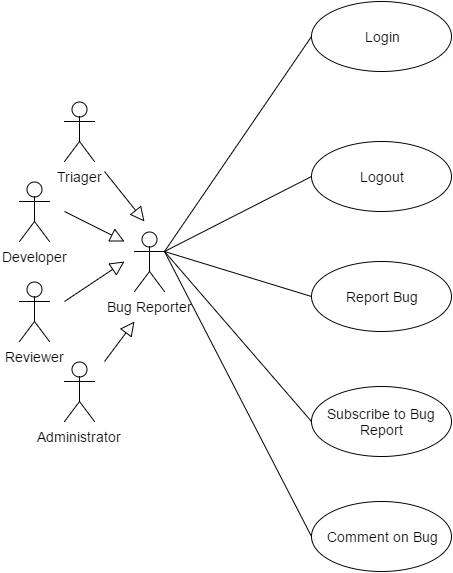
Earlier version of the draw.io export 02_Diagram/01_a_Use case/Version 4 (Revised)/Bug Reporter (Revised).png (JingwangTeh/CSCI222-Systems-Development-Group-Project). Source tidied: cells renumbered, new cells last; positions are measured from the earlier drawing's top-left corner, leaving out a move shared by most shapes. Its diagram source:
```xml
<mxGraphModel background="#ffffff">
  <root>
    <mxCell id="0" />
    <mxCell id="1" parent="0" />
    <mxCell id="2" value="Bug Reporter" style="shape=umlActor;verticalLabelPosition=bottom;labelBackgroundColor=#ffffff;verticalAlign=top;html=1;strokeColor=#000000;fontSize=14;" parent="1" vertex="1">
      <mxGeometry x="115" y="230" width="30" height="60" as="geometry" />
    </mxCell>
    <mxCell id="3" value="Triager" style="shape=umlActor;verticalLabelPosition=bottom;labelBackgroundColor=#ffffff;verticalAlign=top;html=1;strokeColor=#000000;fontSize=14;" parent="1" vertex="1">
      <mxGeometry x="45" y="100" width="30" height="60" as="geometry" />
    </mxCell>
    <mxCell id="4" style="edgeStyle=none;rounded=0;html=1;startSize=6;endArrow=block;endFill=0;endSize=12;jettySize=auto;orthogonalLoop=1;strokeColor=#000000;strokeWidth=1;fontSize=14;" parent="1" edge="1">
      <mxGeometry x="302" y="-560" as="geometry">
        <mxPoint x="45" y="300" as="sourcePoint" />
        <mxPoint x="105" y="260" as="targetPoint" />
      </mxGeometry>
    </mxCell>
    <mxCell id="5" value="Developer" style="shape=umlActor;verticalLabelPosition=bottom;labelBackgroundColor=#ffffff;verticalAlign=top;html=1;strokeColor=#000000;fontSize=14;" parent="1" vertex="1">
      <mxGeometry y="180" width="30" height="60" as="geometry" />
    </mxCell>
    <mxCell id="6" style="edgeStyle=none;rounded=0;html=1;startSize=6;endArrow=block;endFill=0;endSize=12;jettySize=auto;orthogonalLoop=1;strokeColor=#000000;strokeWidth=1;fontSize=14;" parent="1" edge="1">
      <mxGeometry x="253" y="-670" as="geometry">
        <mxPoint x="45" y="210" as="sourcePoint" />
        <mxPoint x="105" y="240" as="targetPoint" />
      </mxGeometry>
    </mxCell>
    <mxCell id="7" value="Reviewer" style="shape=umlActor;verticalLabelPosition=bottom;labelBackgroundColor=#ffffff;verticalAlign=top;html=1;strokeColor=#000000;fontSize=14;" parent="1" vertex="1">
      <mxGeometry y="280" width="30" height="60" as="geometry" />
    </mxCell>
    <mxCell id="8" style="edgeStyle=none;rounded=0;html=1;startSize=6;endArrow=block;endFill=0;endSize=12;jettySize=auto;orthogonalLoop=1;strokeColor=#000000;strokeWidth=1;fontSize=14;" parent="1" edge="1">
      <mxGeometry x="308" y="-730" as="geometry">
        <mxPoint x="85" y="170" as="sourcePoint" />
        <mxPoint x="125" y="220" as="targetPoint" />
      </mxGeometry>
    </mxCell>
    <mxCell id="9" value="Administrator" style="shape=umlActor;verticalLabelPosition=bottom;labelBackgroundColor=#ffffff;verticalAlign=top;html=1;strokeColor=#000000;fontSize=14;" parent="1" vertex="1">
      <mxGeometry x="45" y="360" width="30" height="60" as="geometry" />
    </mxCell>
    <mxCell id="10" style="edgeStyle=none;rounded=0;html=1;startSize=6;endArrow=block;endFill=0;endSize=12;jettySize=auto;orthogonalLoop=1;strokeColor=#000000;strokeWidth=1;fontSize=14;" parent="1" edge="1">
      <mxGeometry x="252" y="-530" as="geometry">
        <mxPoint x="85" y="360" as="sourcePoint" />
        <mxPoint x="115" y="320" as="targetPoint" />
      </mxGeometry>
    </mxCell>
    <mxCell id="11" value="Logout" style="ellipse;whiteSpace=wrap;html=1;strokeColor=#000000;fontSize=14;" parent="1" vertex="1">
      <mxGeometry x="292" y="140" width="140" height="70" as="geometry" />
    </mxCell>
    <mxCell id="12" style="endArrow=none;html=1;strokeColor=#000000;strokeWidth=1;fontSize=14;exitX=1;exitY=0.3333333333333333;exitPerimeter=0;entryX=0;entryY=0.5;" parent="1" edge="1" source="2" target="11">
      <mxGeometry x="385" y="-675" as="geometry" />
    </mxCell>
    <mxCell id="13" style="html=1;align=left;verticalAlign=bottom;labelBackgroundColor=#ffffff;fontSize=10;" parent="12" vertex="1">
      <mxGeometry x="-1" relative="1" as="geometry" />
    </mxCell>
    <mxCell id="14" style="html=1;align=right;verticalAlign=bottom;labelBackgroundColor=#ffffff;fontSize=10;" parent="12" vertex="1">
      <mxGeometry x="1" relative="1" as="geometry" />
    </mxCell>
    <mxCell id="15" value="Login" style="ellipse;whiteSpace=wrap;html=1;strokeColor=#000000;fontSize=14;" parent="1" vertex="1">
      <mxGeometry x="292" width="140" height="70" as="geometry" />
    </mxCell>
    <mxCell id="16" style="endArrow=none;html=1;strokeColor=#000000;strokeWidth=1;fontSize=14;exitX=1;exitY=0.3333333333333333;exitPerimeter=0;entryX=0;entryY=0.5;" parent="1" edge="1" source="2" target="15">
      <mxGeometry x="399" y="-585" as="geometry" />
    </mxCell>
    <mxCell id="17" style="html=1;align=left;verticalAlign=bottom;labelBackgroundColor=#ffffff;fontSize=10;" parent="16" vertex="1">
      <mxGeometry x="-1" relative="1" as="geometry" />
    </mxCell>
    <mxCell id="18" style="html=1;align=right;verticalAlign=bottom;labelBackgroundColor=#ffffff;fontSize=10;" parent="16" vertex="1">
      <mxGeometry x="1" relative="1" as="geometry" />
    </mxCell>
    <mxCell id="19" value="Comment on Bug" style="ellipse;whiteSpace=wrap;html=1;strokeColor=#000000;fontSize=14;" parent="1" vertex="1">
      <mxGeometry x="292" y="500" width="140" height="70" as="geometry" />
    </mxCell>
    <mxCell id="20" style="endArrow=none;html=1;strokeColor=#000000;strokeWidth=1;fontSize=14;exitX=1;exitY=0.3333333333333333;exitPerimeter=0;entryX=0;entryY=0.5;" parent="1" edge="1" source="2" target="19">
      <mxGeometry x="412" y="-470" as="geometry" />
    </mxCell>
    <mxCell id="21" style="html=1;align=left;verticalAlign=bottom;labelBackgroundColor=#ffffff;fontSize=10;" parent="20" vertex="1">
      <mxGeometry x="-1" relative="1" as="geometry" />
    </mxCell>
    <mxCell id="22" style="html=1;align=right;verticalAlign=bottom;labelBackgroundColor=#ffffff;fontSize=10;" parent="20" vertex="1">
      <mxGeometry x="1" relative="1" as="geometry" />
    </mxCell>
    <mxCell id="23" value="Report Bug" style="ellipse;whiteSpace=wrap;html=1;strokeColor=#000000;fontSize=14;" parent="1" vertex="1">
      <mxGeometry x="292" y="260" width="140" height="70" as="geometry" />
    </mxCell>
    <mxCell id="24" style="endArrow=none;html=1;strokeColor=#000000;strokeWidth=1;fontSize=14;exitX=1;exitY=0.3333333333333333;exitPerimeter=0;entryX=0;entryY=0.5;" parent="1" edge="1" source="2" target="23">
      <mxGeometry x="416" y="-375" as="geometry" />
    </mxCell>
    <mxCell id="25" style="html=1;align=left;verticalAlign=bottom;labelBackgroundColor=#ffffff;fontSize=10;" parent="24" vertex="1">
      <mxGeometry x="-1" relative="1" as="geometry" />
    </mxCell>
    <mxCell id="26" style="html=1;align=right;verticalAlign=bottom;labelBackgroundColor=#ffffff;fontSize=10;" parent="24" vertex="1">
      <mxGeometry x="1" relative="1" as="geometry" />
    </mxCell>
    <mxCell id="27" value="Subscribe to Bug Report" style="ellipse;whiteSpace=wrap;html=1;strokeColor=#000000;fontSize=14;" parent="1" vertex="1">
      <mxGeometry x="292" y="385" width="140" height="70" as="geometry" />
    </mxCell>
    <mxCell id="28" style="endArrow=none;html=1;strokeColor=#000000;strokeWidth=1;fontSize=14;exitX=1;exitY=0.3333333333333333;exitPerimeter=0;entryX=0;entryY=0.5;" parent="1" edge="1" source="2" target="27">
      <mxGeometry x="420" y="-295" as="geometry" />
    </mxCell>
    <mxCell id="29" style="html=1;align=left;verticalAlign=bottom;labelBackgroundColor=#ffffff;fontSize=10;" parent="28" vertex="1">
      <mxGeometry x="-1" relative="1" as="geometry" />
    </mxCell>
    <mxCell id="30" style="html=1;align=right;verticalAlign=bottom;labelBackgroundColor=#ffffff;fontSize=10;" parent="28" vertex="1">
      <mxGeometry x="1" relative="1" as="geometry" />
    </mxCell>
  </root>
</mxGraphModel>
```
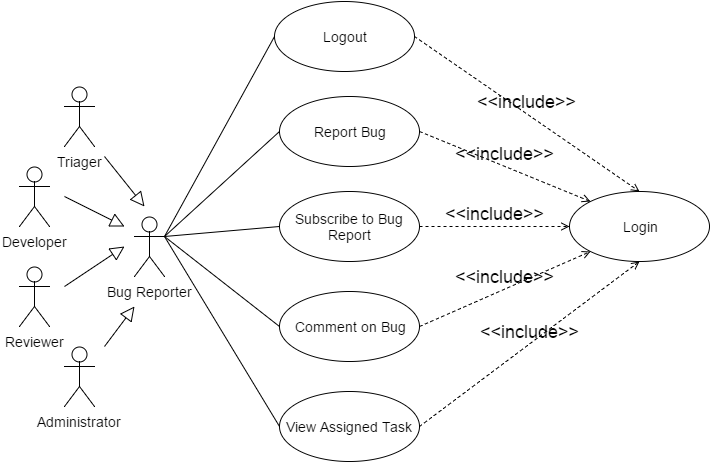
The same file after the commit.

Change to the diagram source:
```diff
@@ -3,49 +3,49 @@
     <mxCell id="0" />
     <mxCell id="1" parent="0" />
     <mxCell id="2" value="Bug Reporter" style="shape=umlActor;verticalLabelPosition=bottom;labelBackgroundColor=#ffffff;verticalAlign=top;html=1;strokeColor=#000000;fontSize=14;" parent="1" vertex="1">
-      <mxGeometry x="115" y="230" width="30" height="60" as="geometry" />
+      <mxGeometry x="52" y="235" width="30" height="60" as="geometry" />
     </mxCell>
     <mxCell id="3" value="Triager" style="shape=umlActor;verticalLabelPosition=bottom;labelBackgroundColor=#ffffff;verticalAlign=top;html=1;strokeColor=#000000;fontSize=14;" parent="1" vertex="1">
-      <mxGeometry x="45" y="100" width="30" height="60" as="geometry" />
+      <mxGeometry x="-18" y="105" width="30" height="60" as="geometry" />
     </mxCell>
     <mxCell id="4" style="edgeStyle=none;rounded=0;html=1;startSize=6;endArrow=block;endFill=0;endSize=12;jettySize=auto;orthogonalLoop=1;strokeColor=#000000;strokeWidth=1;fontSize=14;" parent="1" edge="1">
-      <mxGeometry x="302" y="-560" as="geometry">
-        <mxPoint x="45" y="300" as="sourcePoint" />
-        <mxPoint x="105" y="260" as="targetPoint" />
+      <mxGeometry x="239" y="-555" as="geometry">
+        <mxPoint x="-18" y="305" as="sourcePoint" />
+        <mxPoint x="42" y="265" as="targetPoint" />
       </mxGeometry>
     </mxCell>
     <mxCell id="5" value="Developer" style="shape=umlActor;verticalLabelPosition=bottom;labelBackgroundColor=#ffffff;verticalAlign=top;html=1;strokeColor=#000000;fontSize=14;" parent="1" vertex="1">
-      <mxGeometry y="180" width="30" height="60" as="geometry" />
+      <mxGeometry x="-63" y="185" width="30" height="60" as="geometry" />
     </mxCell>
     <mxCell id="6" style="edgeStyle=none;rounded=0;html=1;startSize=6;endArrow=block;endFill=0;endSize=12;jettySize=auto;orthogonalLoop=1;strokeColor=#000000;strokeWidth=1;fontSize=14;" parent="1" edge="1">
-      <mxGeometry x="253" y="-670" as="geometry">
-        <mxPoint x="45" y="210" as="sourcePoint" />
-        <mxPoint x="105" y="240" as="targetPoint" />
+      <mxGeometry x="190" y="-665" as="geometry">
+        <mxPoint x="-18" y="215" as="sourcePoint" />
+        <mxPoint x="42" y="245" as="targetPoint" />
       </mxGeometry>
     </mxCell>
     <mxCell id="7" value="Reviewer" style="shape=umlActor;verticalLabelPosition=bottom;labelBackgroundColor=#ffffff;verticalAlign=top;html=1;strokeColor=#000000;fontSize=14;" parent="1" vertex="1">
-      <mxGeometry y="280" width="30" height="60" as="geometry" />
+      <mxGeometry x="-63" y="285" width="30" height="60" as="geometry" />
     </mxCell>
     <mxCell id="8" style="edgeStyle=none;rounded=0;html=1;startSize=6;endArrow=block;endFill=0;endSize=12;jettySize=auto;orthogonalLoop=1;strokeColor=#000000;strokeWidth=1;fontSize=14;" parent="1" edge="1">
-      <mxGeometry x="308" y="-730" as="geometry">
-        <mxPoint x="85" y="170" as="sourcePoint" />
-        <mxPoint x="125" y="220" as="targetPoint" />
+      <mxGeometry x="245" y="-725" as="geometry">
+        <mxPoint x="22" y="175" as="sourcePoint" />
+        <mxPoint x="62" y="225" as="targetPoint" />
       </mxGeometry>
     </mxCell>
     <mxCell id="9" value="Administrator" style="shape=umlActor;verticalLabelPosition=bottom;labelBackgroundColor=#ffffff;verticalAlign=top;html=1;strokeColor=#000000;fontSize=14;" parent="1" vertex="1">
-      <mxGeometry x="45" y="360" width="30" height="60" as="geometry" />
+      <mxGeometry x="-18" y="365" width="30" height="60" as="geometry" />
     </mxCell>
     <mxCell id="10" style="edgeStyle=none;rounded=0;html=1;startSize=6;endArrow=block;endFill=0;endSize=12;jettySize=auto;orthogonalLoop=1;strokeColor=#000000;strokeWidth=1;fontSize=14;" parent="1" edge="1">
-      <mxGeometry x="252" y="-530" as="geometry">
-        <mxPoint x="85" y="360" as="sourcePoint" />
-        <mxPoint x="115" y="320" as="targetPoint" />
+      <mxGeometry x="189" y="-525" as="geometry">
+        <mxPoint x="22" y="365" as="sourcePoint" />
+        <mxPoint x="52" y="325" as="targetPoint" />
       </mxGeometry>
     </mxCell>
     <mxCell id="11" value="Logout" style="ellipse;whiteSpace=wrap;html=1;strokeColor=#000000;fontSize=14;" parent="1" vertex="1">
-      <mxGeometry x="292" y="140" width="140" height="70" as="geometry" />
+      <mxGeometry x="192" y="20" width="140" height="70" as="geometry" />
     </mxCell>
     <mxCell id="12" style="endArrow=none;html=1;strokeColor=#000000;strokeWidth=1;fontSize=14;exitX=1;exitY=0.3333333333333333;exitPerimeter=0;entryX=0;entryY=0.5;" parent="1" edge="1" source="2" target="11">
-      <mxGeometry x="385" y="-675" as="geometry" />
+      <mxGeometry x="322" y="-670" as="geometry" />
     </mxCell>
     <mxCell id="13" style="html=1;align=left;verticalAlign=bottom;labelBackgroundColor=#ffffff;fontSize=10;" parent="12" vertex="1">
       <mxGeometry x="-1" relative="1" as="geometry" />
@@ -54,22 +54,13 @@
       <mxGeometry x="1" relative="1" as="geometry" />
     </mxCell>
     <mxCell id="15" value="Login" style="ellipse;whiteSpace=wrap;html=1;strokeColor=#000000;fontSize=14;" parent="1" vertex="1">
-      <mxGeometry x="292" width="140" height="70" as="geometry" />
+      <mxGeometry x="487" y="210" width="140" height="70" as="geometry" />
     </mxCell>
-    <mxCell id="16" style="endArrow=none;html=1;strokeColor=#000000;strokeWidth=1;fontSize=14;exitX=1;exitY=0.3333333333333333;exitPerimeter=0;entryX=0;entryY=0.5;" parent="1" edge="1" source="2" target="15">
-      <mxGeometry x="399" y="-585" as="geometry" />
-    </mxCell>
-    <mxCell id="17" style="html=1;align=left;verticalAlign=bottom;labelBackgroundColor=#ffffff;fontSize=10;" parent="16" vertex="1">
-      <mxGeometry x="-1" relative="1" as="geometry" />
-    </mxCell>
-    <mxCell id="18" style="html=1;align=right;verticalAlign=bottom;labelBackgroundColor=#ffffff;fontSize=10;" parent="16" vertex="1">
-      <mxGeometry x="1" relative="1" as="geometry" />
-    </mxCell>
     <mxCell id="19" value="Comment on Bug" style="ellipse;whiteSpace=wrap;html=1;strokeColor=#000000;fontSize=14;" parent="1" vertex="1">
-      <mxGeometry x="292" y="500" width="140" height="70" as="geometry" />
+      <mxGeometry x="197" y="310" width="140" height="70" as="geometry" />
     </mxCell>
     <mxCell id="20" style="endArrow=none;html=1;strokeColor=#000000;strokeWidth=1;fontSize=14;exitX=1;exitY=0.3333333333333333;exitPerimeter=0;entryX=0;entryY=0.5;" parent="1" edge="1" source="2" target="19">
-      <mxGeometry x="412" y="-470" as="geometry" />
+      <mxGeometry x="349" y="-465" as="geometry" />
     </mxCell>
     <mxCell id="21" style="html=1;align=left;verticalAlign=bottom;labelBackgroundColor=#ffffff;fontSize=10;" parent="20" vertex="1">
       <mxGeometry x="-1" relative="1" as="geometry" />
@@ -78,10 +69,10 @@
       <mxGeometry x="1" relative="1" as="geometry" />
     </mxCell>
     <mxCell id="23" value="Report Bug" style="ellipse;whiteSpace=wrap;html=1;strokeColor=#000000;fontSize=14;" parent="1" vertex="1">
-      <mxGeometry x="292" y="260" width="140" height="70" as="geometry" />
+      <mxGeometry x="197" y="115" width="140" height="70" as="geometry" />
     </mxCell>
     <mxCell id="24" style="endArrow=none;html=1;strokeColor=#000000;strokeWidth=1;fontSize=14;exitX=1;exitY=0.3333333333333333;exitPerimeter=0;entryX=0;entryY=0.5;" parent="1" edge="1" source="2" target="23">
-      <mxGeometry x="416" y="-375" as="geometry" />
+      <mxGeometry x="353" y="-370" as="geometry" />
     </mxCell>
     <mxCell id="25" style="html=1;align=left;verticalAlign=bottom;labelBackgroundColor=#ffffff;fontSize=10;" parent="24" vertex="1">
       <mxGeometry x="-1" relative="1" as="geometry" />
@@ -90,10 +81,10 @@
       <mxGeometry x="1" relative="1" as="geometry" />
     </mxCell>
     <mxCell id="27" value="Subscribe to Bug Report" style="ellipse;whiteSpace=wrap;html=1;strokeColor=#000000;fontSize=14;" parent="1" vertex="1">
-      <mxGeometry x="292" y="385" width="140" height="70" as="geometry" />
+      <mxGeometry x="197" y="210" width="140" height="70" as="geometry" />
     </mxCell>
     <mxCell id="28" style="endArrow=none;html=1;strokeColor=#000000;strokeWidth=1;fontSize=14;exitX=1;exitY=0.3333333333333333;exitPerimeter=0;entryX=0;entryY=0.5;" parent="1" edge="1" source="2" target="27">
-      <mxGeometry x="420" y="-295" as="geometry" />
+      <mxGeometry x="357" y="-290" as="geometry" />
     </mxCell>
     <mxCell id="29" style="html=1;align=left;verticalAlign=bottom;labelBackgroundColor=#ffffff;fontSize=10;" parent="28" vertex="1">
       <mxGeometry x="-1" relative="1" as="geometry" />
@@ -101,5 +92,32 @@
     <mxCell id="30" style="html=1;align=right;verticalAlign=bottom;labelBackgroundColor=#ffffff;fontSize=10;" parent="28" vertex="1">
       <mxGeometry x="1" relative="1" as="geometry" />
     </mxCell>
+    <mxCell id="31" value="&amp;lt;&amp;lt;include&amp;gt;&amp;gt;" style="edgeStyle=none;html=1;endArrow=open;verticalAlign=bottom;dashed=1;labelBackgroundColor=none;strokeColor=#000000;strokeWidth=1;fontSize=18;entryX=0.5;entryY=0;exitX=1;exitY=0.5;" parent="1" edge="1" source="11" target="15">
+      <mxGeometry relative="1" as="geometry" />
+    </mxCell>
+    <mxCell id="32" value="&amp;lt;&amp;lt;include&amp;gt;&amp;gt;" style="edgeStyle=none;html=1;endArrow=open;verticalAlign=bottom;dashed=1;labelBackgroundColor=none;strokeColor=#000000;strokeWidth=1;fontSize=18;entryX=0;entryY=0;exitX=1;exitY=0.5;" parent="1" edge="1" source="23" target="15">
+      <mxGeometry x="542" y="-670" as="geometry" />
+    </mxCell>
+    <mxCell id="33" value="&amp;lt;&amp;lt;include&amp;gt;&amp;gt;" style="edgeStyle=none;html=1;endArrow=open;verticalAlign=bottom;dashed=1;labelBackgroundColor=none;strokeColor=#000000;strokeWidth=1;fontSize=18;entryX=0;entryY=0.5;exitX=1;exitY=0.5;" parent="1" edge="1" source="27" target="15">
+      <mxGeometry x="552" y="-660" as="geometry" />
+    </mxCell>
+    <mxCell id="34" value="&amp;lt;&amp;lt;include&amp;gt;&amp;gt;" style="edgeStyle=none;html=1;endArrow=open;verticalAlign=bottom;dashed=1;labelBackgroundColor=none;strokeColor=#000000;strokeWidth=1;fontSize=18;entryX=0;entryY=1;exitX=1;exitY=0.5;" parent="1" edge="1" source="19" target="15">
+      <mxGeometry x="562" y="-650" as="geometry" />
+    </mxCell>
+    <mxCell id="35" value="View Assigned Task" style="ellipse;whiteSpace=wrap;html=1;strokeColor=#000000;fontSize=14;" parent="1" vertex="1">
+      <mxGeometry x="197" y="410" width="140" height="70" as="geometry" />
+    </mxCell>
+    <mxCell id="36" style="endArrow=none;html=1;strokeColor=#000000;strokeWidth=1;fontSize=14;exitX=1;exitY=0.3333333333333333;exitPerimeter=0;entryX=0;entryY=0.5;" parent="1" edge="1" source="2" target="35">
+      <mxGeometry x="359" y="-455" as="geometry" />
+    </mxCell>
+    <mxCell id="37" style="html=1;align=left;verticalAlign=bottom;labelBackgroundColor=#ffffff;fontSize=10;" parent="36" vertex="1">
+      <mxGeometry x="-1" relative="1" as="geometry" />
+    </mxCell>
+    <mxCell id="38" style="html=1;align=right;verticalAlign=bottom;labelBackgroundColor=#ffffff;fontSize=10;" parent="36" vertex="1">
+      <mxGeometry x="1" relative="1" as="geometry" />
+    </mxCell>
+    <mxCell id="39" value="&amp;lt;&amp;lt;include&amp;gt;&amp;gt;" style="edgeStyle=none;html=1;endArrow=open;verticalAlign=bottom;dashed=1;labelBackgroundColor=none;strokeColor=#000000;strokeWidth=1;fontSize=18;entryX=0.5;entryY=1;exitX=1;exitY=0.5;" parent="1" edge="1" source="35" target="15">
+      <mxGeometry x="572" y="-640" as="geometry" />
+    </mxCell>
   </root>
 </mxGraphModel>
```
